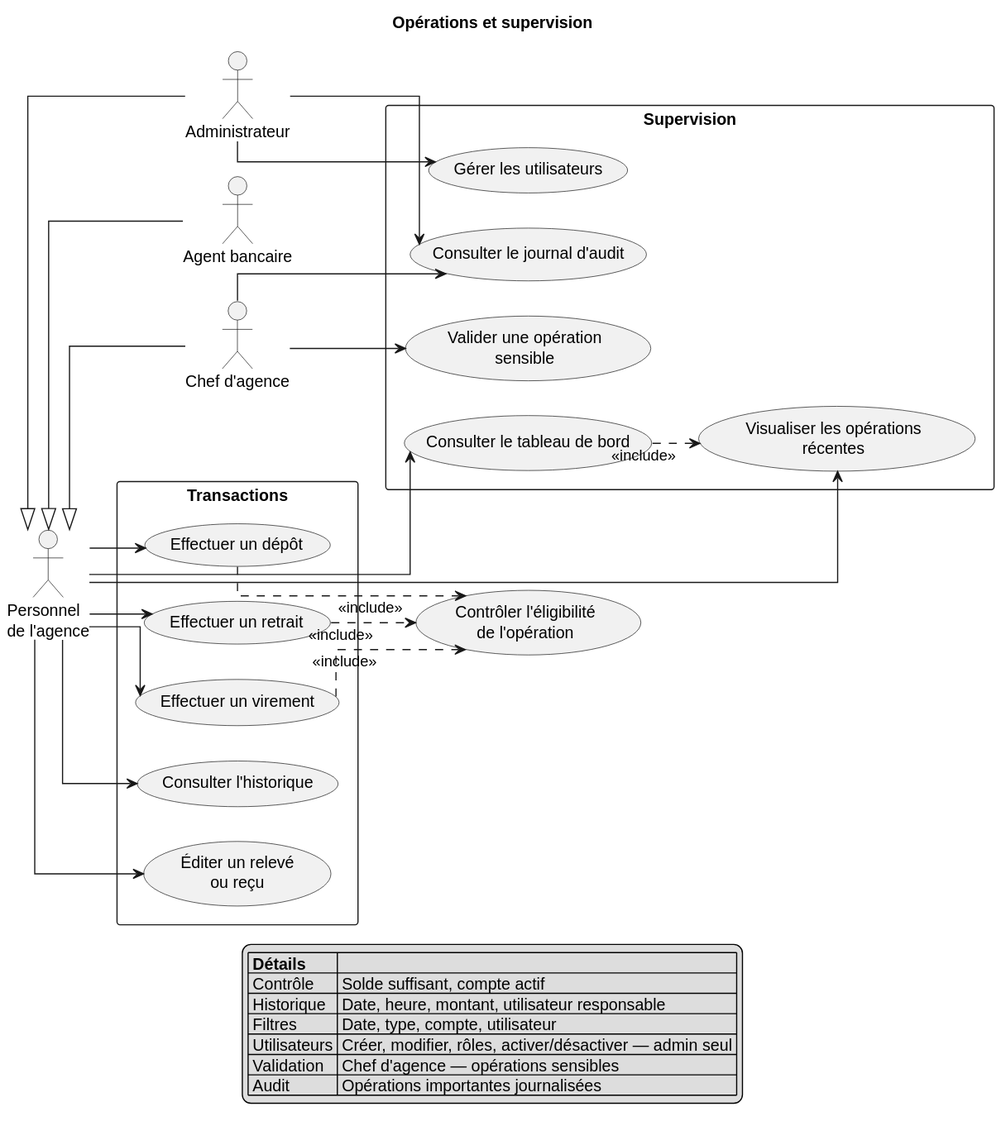
aminabensouda106-gif/banque1 keeps this PlantUML diagram as documentation/uml/cas-utilisation/02-operations-supervision.svg. Above is the earlier version. Its diagram source:
```plantuml
@startuml
left to right direction
skinparam shadowing false
skinparam packageStyle rectangle
skinparam nodesep 30
skinparam ranksep 40
skinparam linetype ortho

title Opérations et supervision

actor "Personnel\nde l'agence" as personnel

actor "Administrateur" as admin
actor "Agent bancaire" as agent
actor "Chef d'agence" as chef

admin -up-|> personnel
agent -up-|> personnel
chef -up-|> personnel

rectangle "Transactions" {
  usecase "Effectuer un dépôt" as UC_DEPOT
  usecase "Effectuer un retrait" as UC_RETRAIT
  usecase "Effectuer un virement" as UC_VIREMENT
  usecase "Consulter l'historique" as UC_HIST
  usecase "Éditer un relevé\nou reçu" as UC_RELEVE
}

rectangle "Supervision" {
  usecase "Consulter le tableau de bord" as UC_DASH
  usecase "Visualiser les opérations\nrécentes" as UC_RECENT
  usecase "Gérer les utilisateurs" as UC_USERS
  usecase "Consulter le journal d'audit" as UC_AUDIT_VIEW
  usecase "Valider une opération\nsensible" as UC_VALIDATE
}

usecase "Contrôler l'éligibilité\nde l'opération" as UC_CHECK

personnel --> UC_DEPOT
personnel --> UC_RETRAIT
personnel --> UC_VIREMENT
personnel --> UC_HIST
personnel --> UC_RELEVE
personnel --> UC_DASH
personnel --> UC_RECENT

admin --> UC_USERS
admin --> UC_AUDIT_VIEW
chef --> UC_AUDIT_VIEW
chef --> UC_VALIDATE

UC_DEPOT ..> UC_CHECK : <<include>>
UC_RETRAIT ..> UC_CHECK : <<include>>
UC_VIREMENT ..> UC_CHECK : <<include>>
UC_DASH ..> UC_RECENT : <<include>>

legend bottom
  |= Détails |= |
  | Contrôle | Solde suffisant, compte actif |
  | Historique | Date, heure, montant, utilisateur responsable |
  | Filtres | Date, type, compte, utilisateur |
  | Utilisateurs | Créer, modifier, rôles, activer/désactiver — admin seul |
  | Validation | Chef d'agence — opérations sensibles |
  | Audit | Opérations importantes journalisées |
endlegend
@enduml
```
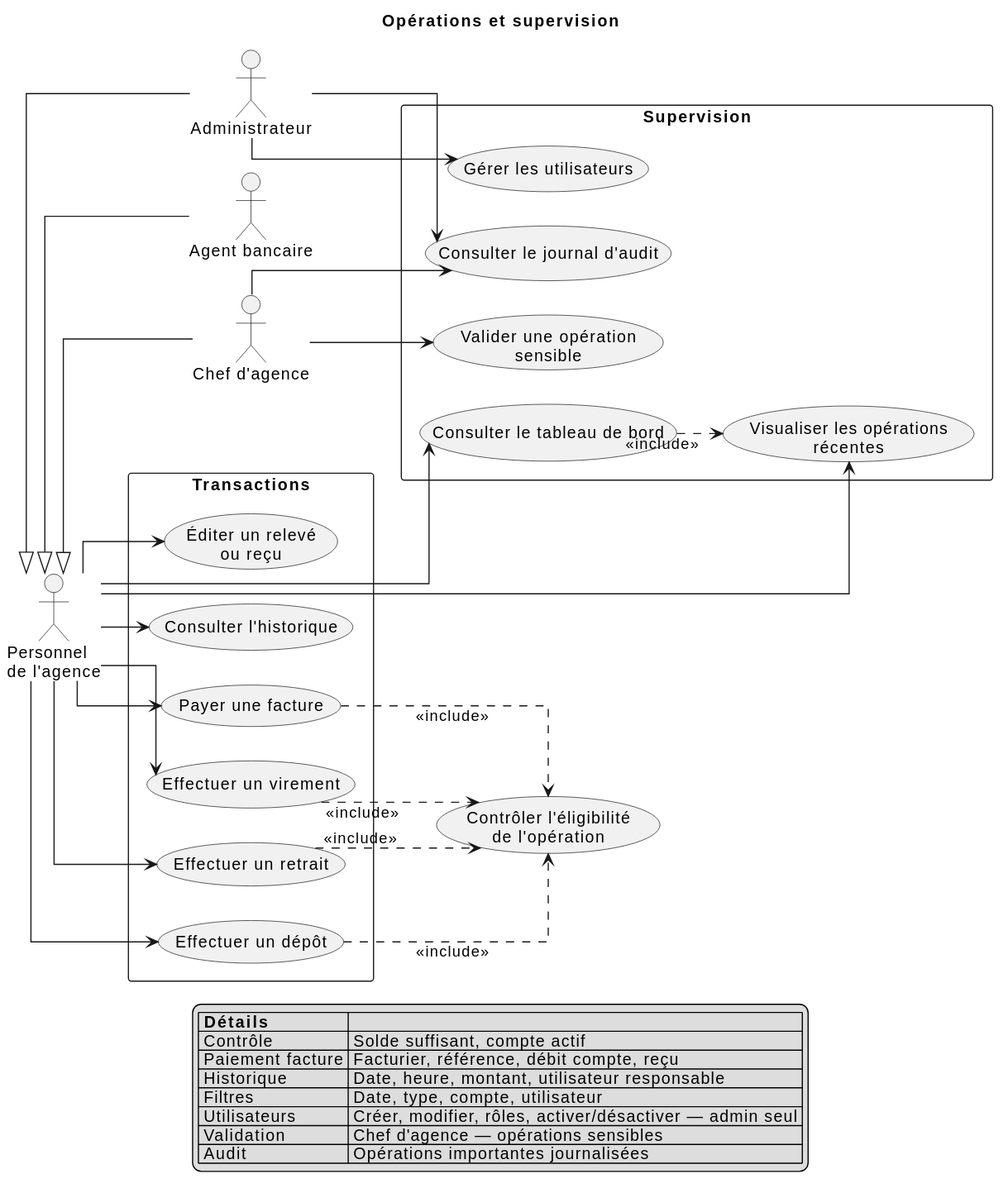
After the commit.

What changed in the source:
```diff
@@ -22,6 +22,7 @@
   usecase "Effectuer un dépôt" as UC_DEPOT
   usecase "Effectuer un retrait" as UC_RETRAIT
   usecase "Effectuer un virement" as UC_VIREMENT
+  usecase "Payer une facture" as UC_BILL
   usecase "Consulter l'historique" as UC_HIST
   usecase "Éditer un relevé\nou reçu" as UC_RELEVE
 }
@@ -39,6 +40,7 @@
 personnel --> UC_DEPOT
 personnel --> UC_RETRAIT
 personnel --> UC_VIREMENT
+personnel --> UC_BILL
 personnel --> UC_HIST
 personnel --> UC_RELEVE
 personnel --> UC_DASH
@@ -52,11 +54,13 @@
 UC_DEPOT ..> UC_CHECK : <<include>>
 UC_RETRAIT ..> UC_CHECK : <<include>>
 UC_VIREMENT ..> UC_CHECK : <<include>>
+UC_BILL ..> UC_CHECK : <<include>>
 UC_DASH ..> UC_RECENT : <<include>>
 
 legend bottom
   |= Détails |= |
   | Contrôle | Solde suffisant, compte actif |
+  | Paiement facture | Facturier, référence, débit compte, reçu |
   | Historique | Date, heure, montant, utilisateur responsable |
   | Filtres | Date, type, compte, utilisateur |
   | Utilisateurs | Créer, modifier, rôles, activer/désactiver — admin seul |
```
